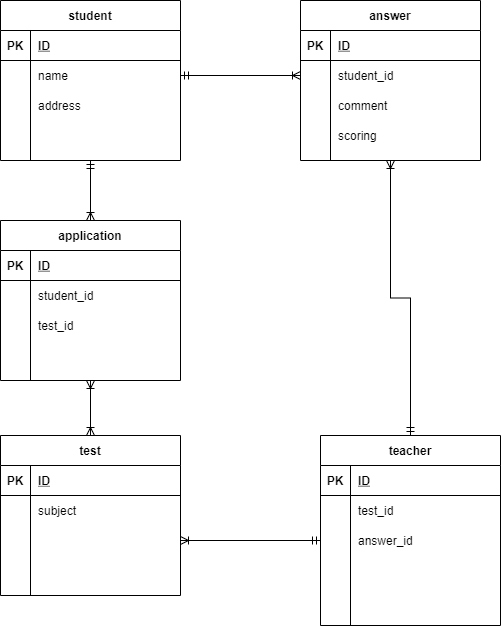
This is index.drawio.png from kouheidesu/gyarmex11, a draw.io export, as it was before one commit. Source tidied: cells renumbered, new cells last; positions are measured from the earlier drawing's top-left corner, leaving out a move shared by most shapes.
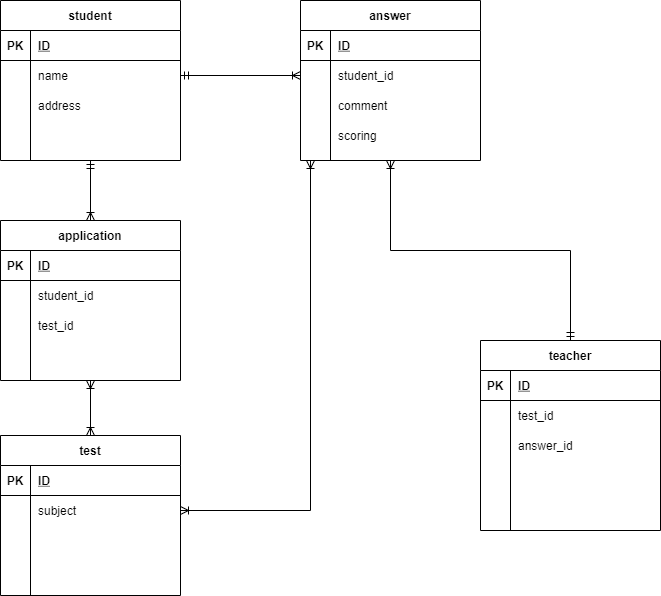
After the change.

The edit, as a diff of the source:
```diff
@@ -45,7 +45,7 @@
       <mxGeometry x="30" width="150" height="30" as="geometry" />
     </mxCell>
     <mxCell id="16" value="teacher" style="shape=table;startSize=30;rowLines=0;fontStyle=1;align=center;" parent="1" vertex="1">
-      <mxGeometry x="320" y="435" width="180" height="190" as="geometry" />
+      <mxGeometry x="480" y="340" width="180" height="190" as="geometry" />
     </mxCell>
     <mxCell id="17" style="shape=partialRectangle;fillColor=none;top=0;left=0;bottom=1;right=0;" parent="16" vertex="1">
       <mxGeometry y="30" width="180" height="30" as="geometry" />
@@ -215,11 +215,13 @@
     <mxCell id="72" style="shape=partialRectangle;fillColor=none;top=0;left=0;bottom=0;right=0;align=left;spacingLeft=6;overflow=hidden;" parent="70" vertex="1">
       <mxGeometry x="30" width="150" height="30" as="geometry" />
     </mxCell>
-    <mxCell id="73" style="edgeStyle=orthogonalEdgeStyle;rounded=0;jettySize=auto;html=1;exitX=1;exitY=0.5;exitDx=0;exitDy=0;entryX=0;entryY=0.5;entryDx=0;entryDy=0;startArrow=ERoneToMany;startFill=0;endArrow=ERmandOne;endFill=0;" parent="1" edge="1" source="67" target="23">
-      <mxGeometry relative="1" as="geometry" />
-    </mxCell>
     <mxCell id="74" style="edgeStyle=orthogonalEdgeStyle;rounded=0;jettySize=auto;html=1;exitX=0;exitY=0.5;exitDx=0;exitDy=0;startArrow=ERoneToMany;startFill=0;endArrow=ERmandOne;endFill=0;" parent="1" edge="1" source="51" target="7">
       <mxGeometry relative="1" as="geometry" />
     </mxCell>
+    <mxCell id="75" style="edgeStyle=orthogonalEdgeStyle;rounded=0;jettySize=auto;html=1;exitX=1;exitY=0.5;exitDx=0;exitDy=0;startArrow=ERoneToMany;startFill=0;endArrow=ERoneToMany;endFill=0;" parent="1" edge="1" source="64">
+      <mxGeometry relative="1" as="geometry">
+        <mxPoint x="310" y="160" as="targetPoint" />
+      </mxGeometry>
+    </mxCell>
   </root>
 </mxGraphModel>
```
